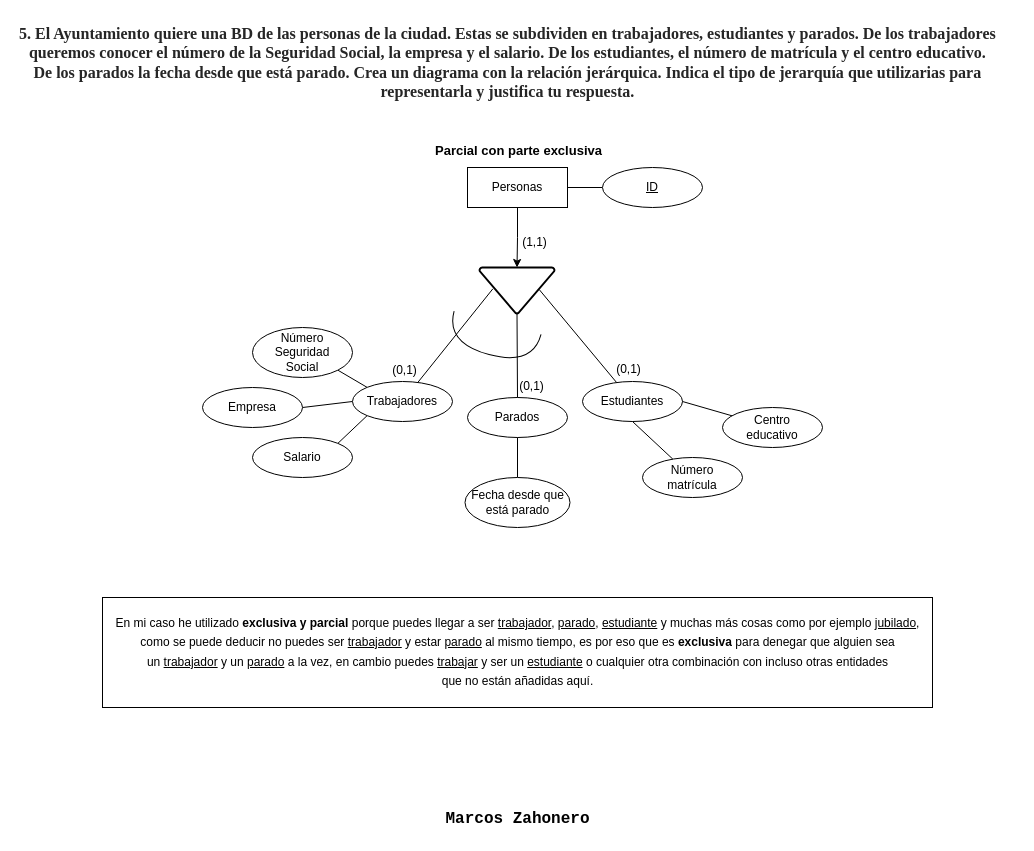
Before: page "Ejercicio 5" (4 of 8) of Task5EER_MarcosZahonero.drawio in Maek0s/1DAM_Databases, a draw.io diagram. Source tidied: cells renumbered, new cells numbered last; positions are measured from the earlier drawing's top-left corner, leaving out a move shared by most shapes. Both pictures are drawn from the tidied source at 100%, with x=0, y=0 at pixel (17, 17).
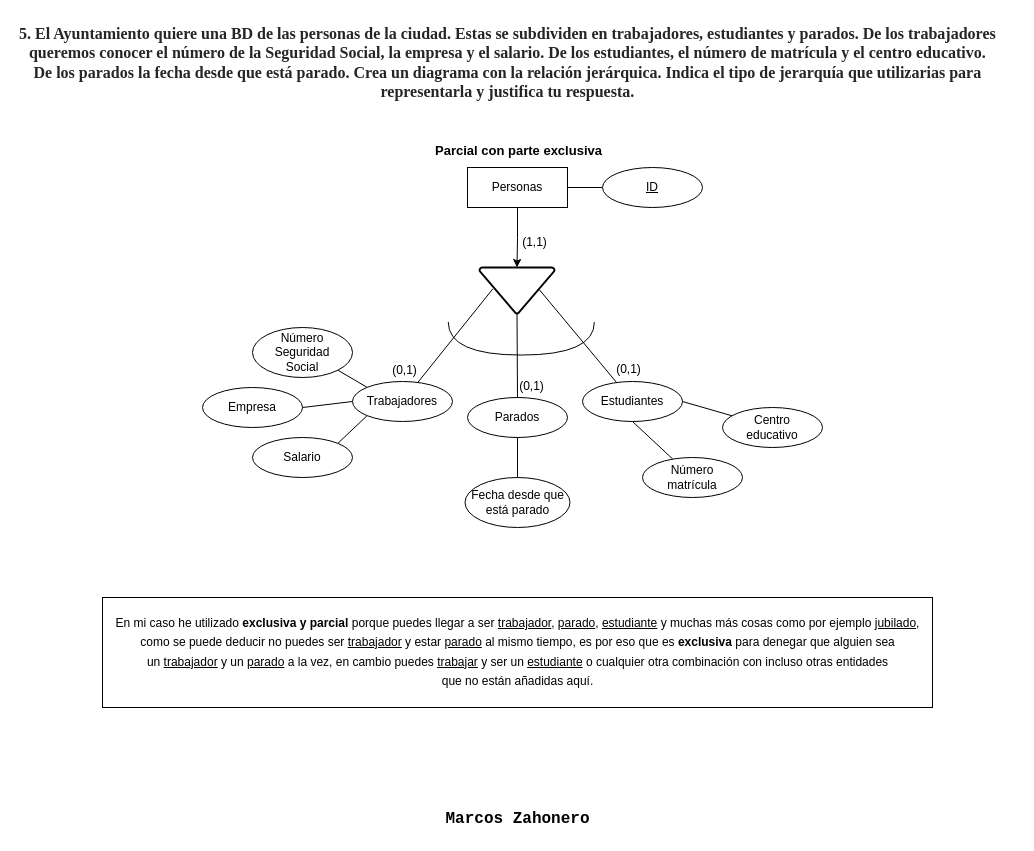
The same page after the edit.

What changed in the source:
```diff
@@
-    <mxCell id="23" style="shape=requiredInterface;html=1;verticalLabelPosition=bottom;sketch=0;rotation=105;" parent="1" vertex="1">
-      <mxGeometry x="459.3" y="276.1" width="33" height="90" as="geometry" />
+    <mxCell id="23" style="shape=requiredInterface;html=1;verticalLabelPosition=bottom;sketch=0;rotation=90;" parent="1" vertex="1">
+      <mxGeometry x="487.3" y="248" width="33" height="146.1" as="geometry" />
     </mxCell>
```
